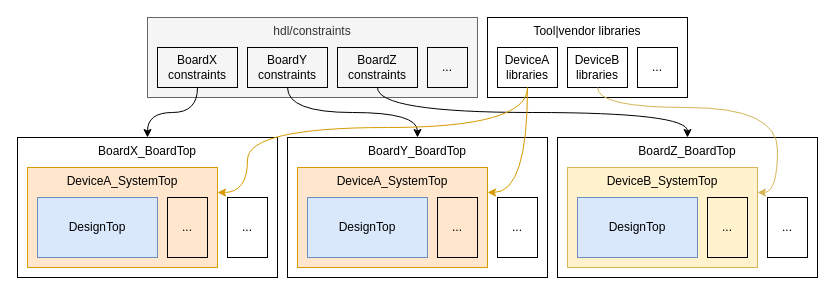
hdl/constraints keeps this draw.io diagram as constraints.drawio. Above is the earlier version. Source tidied: cells renumbered, new cells numbered last; positions are measured from the earlier drawing's top-left corner, leaving out a move shared by most shapes. Both pictures are drawn from the tidied source at 100%, with x=0, y=0 at pixel (17, 17).
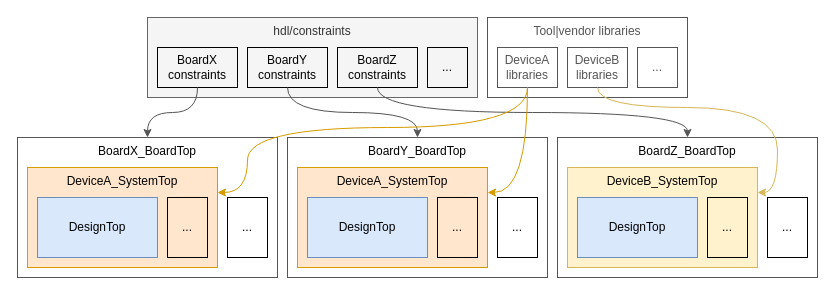
The same diagram, later.

The change refers to these unchanged cells:
```xml
<mxCell id="19" value="BoardX&lt;br&gt;constraints" style="rounded=0;whiteSpace=wrap;html=1;verticalAlign=middle;fillColor=none;" parent="1" vertex="1">
  <mxGeometry x="140" y="30" width="80" height="40" as="geometry" />
</mxCell>
<mxCell id="20" value="BoardY&lt;br&gt;constraints" style="rounded=0;whiteSpace=wrap;html=1;verticalAlign=middle;fillColor=none;" parent="1" vertex="1">
  <mxGeometry x="230" y="30" width="80" height="40" as="geometry" />
</mxCell>
<mxCell id="21" value="BoardZ&lt;br&gt;constraints" style="rounded=0;whiteSpace=wrap;html=1;verticalAlign=middle;fillColor=none;" parent="1" vertex="1">
  <mxGeometry x="320" y="30" width="80" height="40" as="geometry" />
</mxCell>
```

Diff of the diagram source:
```diff
@@
-    <mxCell id="2" value="Tool|vendor libraries" style="rounded=0;whiteSpace=wrap;html=1;verticalAlign=top;fillColor=none;" parent="1" vertex="1">
+    <mxCell id="2" value="Tool|vendor libraries" style="rounded=0;whiteSpace=wrap;html=1;verticalAlign=top;fillColor=none;strokeColor=#555555;fontColor=#555555;" parent="1" vertex="1">
       <mxGeometry x="470" width="200" height="80" as="geometry" />
     </mxCell>
@@
-    <mxCell id="4" value="BoardX_BoardTop" style="rounded=0;whiteSpace=wrap;html=1;verticalAlign=top;" parent="1" vertex="1">
+    <mxCell id="4" value="BoardX_BoardTop" style="rounded=0;whiteSpace=wrap;html=1;verticalAlign=top;strokeColor=#555555;" parent="1" vertex="1">
       <mxGeometry y="120" width="260" height="140" as="geometry" />
     </mxCell>
@@
-    <mxCell id="9" value="BoardY_BoardTop" style="rounded=0;whiteSpace=wrap;html=1;verticalAlign=top;" parent="1" vertex="1">
+    <mxCell id="9" value="BoardY_BoardTop" style="rounded=0;whiteSpace=wrap;html=1;verticalAlign=top;strokeColor=#555555;" parent="1" vertex="1">
       <mxGeometry x="270" y="120" width="260" height="140" as="geometry" />
     </mxCell>
@@
-    <mxCell id="14" value="BoardZ_BoardTop" style="rounded=0;whiteSpace=wrap;html=1;verticalAlign=top;" parent="1" vertex="1">
+    <mxCell id="14" value="BoardZ_BoardTop" style="rounded=0;whiteSpace=wrap;html=1;verticalAlign=top;strokeColor=#555555;" parent="1" vertex="1">
       <mxGeometry x="540" y="120" width="260" height="140" as="geometry" />
     </mxCell>
@@
-    <mxCell id="22" value="DeviceA&lt;br&gt;libraries" style="rounded=0;whiteSpace=wrap;html=1;verticalAlign=middle;fillColor=none;" parent="1" vertex="1">
+    <mxCell id="22" value="DeviceA&lt;br&gt;libraries" style="rounded=0;whiteSpace=wrap;html=1;verticalAlign=middle;fillColor=none;strokeColor=#555555;fontColor=#555555;" parent="1" vertex="1">
       <mxGeometry x="480" y="30" width="60" height="40" as="geometry" />
     </mxCell>
-    <mxCell id="23" value="DeviceB&lt;br&gt;libraries" style="rounded=0;whiteSpace=wrap;html=1;verticalAlign=middle;fillColor=none;" parent="1" vertex="1">
+    <mxCell id="23" value="DeviceB&lt;br&gt;libraries" style="rounded=0;whiteSpace=wrap;html=1;verticalAlign=middle;fillColor=none;strokeColor=#555555;fontColor=#555555;" parent="1" vertex="1">
       <mxGeometry x="550" y="30" width="60" height="40" as="geometry" />
     </mxCell>
@@
-    <mxCell id="25" style="endArrow=classic;html=1;exitX=0.5;exitY=1;exitDx=0;exitDy=0;entryX=0.5;entryY=0;entryDx=0;entryDy=0;edgeStyle=orthogonalEdgeStyle;curved=1;" parent="1" edge="1" source="19" target="4">
+    <mxCell id="25" style="endArrow=classic;html=1;exitX=0.5;exitY=1;exitDx=0;exitDy=0;entryX=0.5;entryY=0;entryDx=0;entryDy=0;edgeStyle=orthogonalEdgeStyle;curved=1;strokeColor=#555555;" parent="1" edge="1" source="19" target="4">
       <mxGeometry relative="1" as="geometry" />
     </mxCell>
-    <mxCell id="26" style="endArrow=classic;html=1;exitX=0.5;exitY=1;exitDx=0;exitDy=0;entryX=0.5;entryY=0;entryDx=0;entryDy=0;edgeStyle=orthogonalEdgeStyle;curved=1;" parent="1" edge="1" source="20" target="9">
+    <mxCell id="26" style="endArrow=classic;html=1;exitX=0.5;exitY=1;exitDx=0;exitDy=0;entryX=0.5;entryY=0;entryDx=0;entryDy=0;edgeStyle=orthogonalEdgeStyle;curved=1;strokeColor=#555555;" parent="1" edge="1" source="20" target="9">
       <mxGeometry relative="1" as="geometry" />
     </mxCell>
-    <mxCell id="27" style="endArrow=classic;html=1;exitX=0.5;exitY=1;exitDx=0;exitDy=0;entryX=0.5;entryY=0;entryDx=0;entryDy=0;edgeStyle=orthogonalEdgeStyle;curved=1;" parent="1" edge="1" source="21" target="14">
+    <mxCell id="27" style="endArrow=classic;html=1;exitX=0.5;exitY=1;exitDx=0;exitDy=0;entryX=0.5;entryY=0;entryDx=0;entryDy=0;edgeStyle=orthogonalEdgeStyle;curved=1;strokeColor=#555555;" parent="1" edge="1" source="21" target="14">
       <mxGeometry relative="1" as="geometry" />
     </mxCell>
-    <mxCell id="28" value="..." style="rounded=0;whiteSpace=wrap;html=1;verticalAlign=middle;fillColor=none;" parent="1" vertex="1">
+    <mxCell id="28" value="..." style="rounded=0;whiteSpace=wrap;html=1;verticalAlign=middle;fillColor=none;strokeColor=#555555;fontColor=#555555;" parent="1" vertex="1">
       <mxGeometry x="620" y="30" width="40" height="40" as="geometry" />
     </mxCell>
```
